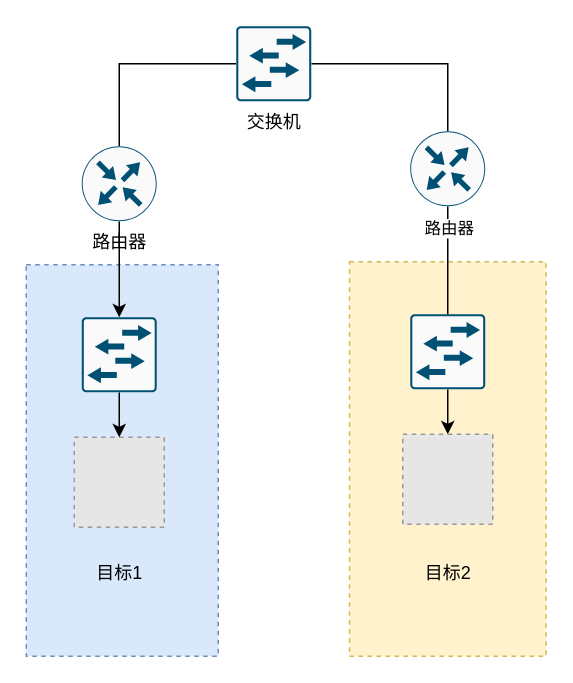
Niujieheng/GitHub_Jul keeps this draw.io diagram as 实验环境.drawio. Above is the earlier version. Source tidied: cells renumbered, new cells numbered last; positions are measured from the earlier drawing's top-left corner, leaving out a move shared by most shapes. Both pictures are drawn from the tidied source at 150%, with x=0, y=0 at pixel (26, 26). Pictures stored in the file or linked from it are replaced by grey dashed boxes.
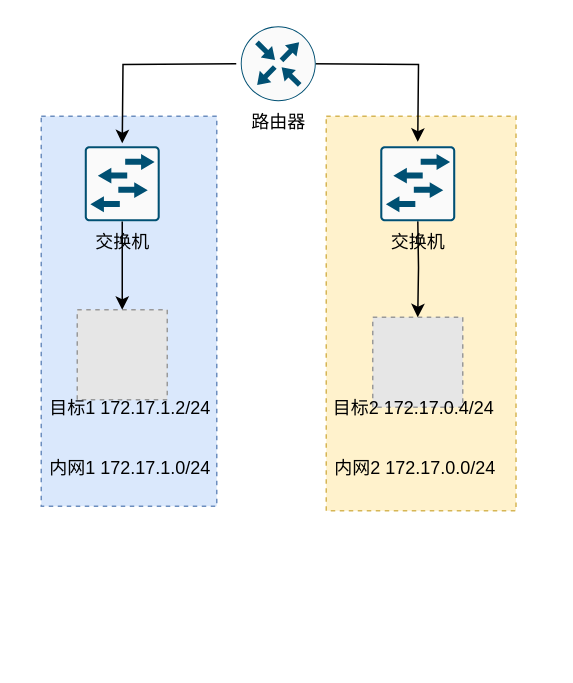
Above is the later version.

Commit message:
更新实验环境.drawio

What changed in the source:
```diff
@@
     <mxCell id="2" style="rounded=0;whiteSpace=wrap;html=1;dashed=1;fillColor=#fff2cc;strokeColor=#d6b656;" parent="1" vertex="1">
-      <mxGeometry x="215.5" y="157" width="131" height="263" as="geometry" />
+      <mxGeometry x="200" y="60" width="126.5" height="263" as="geometry" />
     </mxCell>
     <mxCell id="3" style="rounded=0;whiteSpace=wrap;html=1;dashed=1;fillColor=#dae8fc;strokeColor=#6c8ebf;" parent="1" vertex="1">
-      <mxGeometry y="159" width="128" height="261" as="geometry" />
+      <mxGeometry x="10" y="60" width="117" height="260" as="geometry" />
     </mxCell>
     <mxCell id="4" style="fillColor=#E6E6E6;strokeColor=#999999;dashed=1;html=1;verticalAlign=top;verticalLabelPosition=bottom;labelBackgroundColor=#ffffff;" parent="1" vertex="1">
-      <mxGeometry x="32" y="274" width="60" height="60" as="geometry" />
+      <mxGeometry x="34" y="189" width="60" height="60" as="geometry" />
     </mxCell>
-    <mxCell id="5" style="edgeStyle=orthogonalEdgeStyle;rounded=0;jettySize=auto;html=1;exitX=0.5;exitY=1;exitDx=0;exitDy=0;exitPerimeter=0;" parent="1" edge="1" source="6" target="4">
-      <mxGeometry relative="1" as="geometry" />
-    </mxCell>
-    <mxCell id="6" style="points=[[0.015,0.015,0],[0.985,0.015,0],[0.985,0.985,0],[0.015,0.985,0],[0.25,0,0],[0.5,0,0],[0.75,0,0],[1,0.25,0],[1,0.5,0],[1,0.75,0],[0.75,1,0],[0.5,1,0],[0.25,1,0],[0,0.75,0],[0,0.5,0],[0,0.25,0]];verticalLabelPosition=bottom;html=1;verticalAlign=top;align=center;shape=mxgraph.cisco19.rect;prIcon=l2_switch;fillColor=#FAFAFA;strokeColor=#005073;" parent="1" vertex="1">
-      <mxGeometry x="37" y="194" width="50" height="50" as="geometry" />
-    </mxCell>
-    <mxCell id="7" style="edgeStyle=orthogonalEdgeStyle;rounded=0;jettySize=auto;html=1;exitX=0.5;exitY=1;exitDx=0;exitDy=0;exitPerimeter=0;" parent="1" edge="1" source="8" target="12">
-      <mxGeometry relative="1" as="geometry" />
-    </mxCell>
-    <mxCell id="8" style="points=[[0.015,0.015,0],[0.985,0.015,0],[0.985,0.985,0],[0.015,0.985,0],[0.25,0,0],[0.5,0,0],[0.75,0,0],[1,0.25,0],[1,0.5,0],[1,0.75,0],[0.75,1,0],[0.5,1,0],[0.25,1,0],[0,0.75,0],[0,0.5,0],[0,0.25,0]];verticalLabelPosition=bottom;html=1;verticalAlign=top;align=center;shape=mxgraph.cisco19.rect;prIcon=l2_switch;fillColor=#FAFAFA;strokeColor=#005073;" parent="1" vertex="1">
-      <mxGeometry x="256" y="192" width="50" height="50" as="geometry" />
-    </mxCell>
-    <mxCell id="9" style="edgeStyle=orthogonalEdgeStyle;rounded=0;jettySize=auto;html=1;exitX=0.5;exitY=0;exitDx=0;exitDy=0;exitPerimeter=0;entryX=0;entryY=0.5;entryDx=0;entryDy=0;entryPerimeter=0;elbow=vertical;endArrow=none;endFill=0;" parent="1" edge="1" source="11" target="17">
-      <mxGeometry relative="1" as="geometry" />
-    </mxCell>
-    <mxCell id="10" style="edgeStyle=orthogonalEdgeStyle;rounded=0;jettySize=auto;html=1;exitX=0.5;exitY=1;exitDx=0;exitDy=0;exitPerimeter=0;entryX=0.5;entryY=0;entryDx=0;entryDy=0;entryPerimeter=0;" parent="1" edge="1" source="11" target="6">
-      <mxGeometry relative="1" as="geometry" />
-    </mxCell>
-    <mxCell id="11" value="路由器" style="points=[[0.5,0,0],[1,0.5,0],[0.5,1,0],[0,0.5,0],[0.145,0.145,0],[0.8555,0.145,0],[0.855,0.8555,0],[0.145,0.855,0]];verticalLabelPosition=bottom;html=1;verticalAlign=top;align=center;shape=mxgraph.cisco19.rect;prIcon=router;fillColor=#FAFAFA;strokeColor=#005073;" parent="1" vertex="1">
-      <mxGeometry x="37" y="80" width="50" height="50" as="geometry" />
-    </mxCell>
     <mxCell id="12" style="fillColor=#E6E6E6;strokeColor=#999999;dashed=1;html=1;verticalAlign=top;verticalLabelPosition=bottom;labelBackgroundColor=#ffffff;" parent="1" vertex="1">
-      <mxGeometry x="251" y="272" width="60" height="60" as="geometry" />
+      <mxGeometry x="231" y="194" width="60" height="60" as="geometry" />
     </mxCell>
-    <mxCell id="13" style="edgeStyle=orthogonalEdgeStyle;rounded=0;jettySize=auto;html=1;exitX=0.5;exitY=1;exitDx=0;exitDy=0;exitPerimeter=0;entryX=0.5;entryY=0;entryDx=0;entryDy=0;entryPerimeter=0;endArrow=none;endFill=0;" parent="1" edge="1" source="15" target="8">
-      <mxGeometry relative="1" as="geometry" />
-    </mxCell>
-    <mxCell id="14" value="路由器" style="edgeLabel;html=1;align=center;verticalAlign=middle;" parent="13" vertex="1">
-      <mxGeometry x="-0.67" y="-1" relative="1" as="geometry">
-        <mxPoint x="1" y="2" as="offset" />
-      </mxGeometry>
-    </mxCell>
-    <mxCell id="15" style="points=[[0.5,0,0],[1,0.5,0],[0.5,1,0],[0,0.5,0],[0.145,0.145,0],[0.8555,0.145,0],[0.855,0.8555,0],[0.145,0.855,0]];verticalLabelPosition=bottom;html=1;verticalAlign=top;align=center;shape=mxgraph.cisco19.rect;prIcon=router;fillColor=#FAFAFA;strokeColor=#005073;" parent="1" vertex="1">
-      <mxGeometry x="256" y="70" width="50" height="50" as="geometry" />
-    </mxCell>
-    <mxCell id="16" style="edgeStyle=orthogonalEdgeStyle;rounded=0;jettySize=auto;html=1;exitX=1;exitY=0.5;exitDx=0;exitDy=0;exitPerimeter=0;endArrow=none;endFill=0;" parent="1" edge="1" source="17" target="15">
-      <mxGeometry relative="1" as="geometry" />
-    </mxCell>
-    <mxCell id="17" value="交换机" style="points=[[0.015,0.015,0],[0.985,0.015,0],[0.985,0.985,0],[0.015,0.985,0],[0.25,0,0],[0.5,0,0],[0.75,0,0],[1,0.25,0],[1,0.5,0],[1,0.75,0],[0.75,1,0],[0.5,1,0],[0.25,1,0],[0,0.75,0],[0,0.5,0],[0,0.25,0]];verticalLabelPosition=bottom;html=1;verticalAlign=top;align=center;shape=mxgraph.cisco19.rect;prIcon=l2_switch;fillColor=#FAFAFA;strokeColor=#005073;" parent="1" vertex="1">
-      <mxGeometry x="140" width="50" height="50" as="geometry" />
-    </mxCell>
+    <mxCell id="21" style="edgeStyle=orthogonalEdgeStyle;rounded=0;jettySize=auto;html=1;exitX=0.5;exitY=1;exitDx=0;exitDy=0;exitPerimeter=0;" parent="1" edge="1" target="12">
+      <mxGeometry relative="1" as="geometry">
+        <mxPoint x="261" y="127" as="sourcePoint" />
+      </mxGeometry>
+    </mxCell>
+    <mxCell id="22" style="edgeStyle=orthogonalEdgeStyle;rounded=0;orthogonalLoop=1;jettySize=auto;html=1;exitX=0;exitY=0.5;exitDx=0;exitDy=0;exitPerimeter=0;entryX=0.5;entryY=0;entryDx=0;entryDy=0;entryPerimeter=0;" parent="1" edge="1">
+      <mxGeometry relative="1" as="geometry">
+        <mxPoint x="140" y="25" as="sourcePoint" />
+        <mxPoint x="64" y="78" as="targetPoint" />
+      </mxGeometry>
+    </mxCell>
+    <mxCell id="23" style="edgeStyle=orthogonalEdgeStyle;rounded=0;orthogonalLoop=1;jettySize=auto;html=1;exitX=1;exitY=0.5;exitDx=0;exitDy=0;exitPerimeter=0;entryX=0.5;entryY=0;entryDx=0;entryDy=0;entryPerimeter=0;" parent="1" edge="1">
+      <mxGeometry relative="1" as="geometry">
+        <mxPoint x="190" y="25" as="sourcePoint" />
+        <mxPoint x="261" y="77" as="targetPoint" />
+      </mxGeometry>
+    </mxCell>
-    <mxCell id="18" style="edgeStyle=orthogonalEdgeStyle;rounded=0;orthogonalLoop=1;jettySize=auto;html=1;exitX=0.5;exitY=1;exitDx=0;exitDy=0;exitPerimeter=0;endArrow=none;endFill=0;" parent="1" edge="1" source="17" target="17">
-      <mxGeometry relative="1" as="geometry" />
+    <mxCell id="18" style="edgeStyle=orthogonalEdgeStyle;rounded=0;orthogonalLoop=1;jettySize=auto;html=1;exitX=0.5;exitY=1;exitDx=0;exitDy=0;exitPerimeter=0;endArrow=none;endFill=0;" parent="1" edge="1">
+      <mxGeometry relative="1" as="geometry">
+        <mxPoint x="165" y="50" as="sourcePoint" />
+        <mxPoint x="165" y="50" as="targetPoint" />
+      </mxGeometry>
     </mxCell>
-    <mxCell id="19" value="目标1" style="text;html=1;align=center;verticalAlign=middle;fillColor=none;strokeColor=none;rounded=0;dashed=1;" parent="1" vertex="1">
-      <mxGeometry x="37" y="350" width="50" height="30" as="geometry" />
+    <mxCell id="19" value="目标1&amp;nbsp;172.17.1.2/24" style="text;html=1;align=center;verticalAlign=middle;fillColor=none;strokeColor=none;rounded=0;dashed=1;" parent="1" vertex="1">
+      <mxGeometry x="3.5" y="240" width="130" height="30" as="geometry" />
     </mxCell>
-    <mxCell id="20" value="目标2" style="text;html=1;align=center;verticalAlign=middle;fillColor=none;strokeColor=none;rounded=0;dashed=1;" parent="1" vertex="1">
-      <mxGeometry x="256" y="350" width="50" height="30" as="geometry" />
+    <mxCell id="20" value="目标2&amp;nbsp;172.17.0.4/24" style="text;html=1;align=center;verticalAlign=middle;fillColor=none;strokeColor=none;rounded=0;dashed=1;" parent="1" vertex="1">
+      <mxGeometry x="193" y="240" width="130" height="30" as="geometry" />
     </mxCell>
+    <mxCell id="24" value="内网1&amp;nbsp;172.17.1.0/24" style="text;html=1;align=center;verticalAlign=middle;fillColor=none;strokeColor=none;rounded=0;dashed=1;" parent="1" vertex="1">
+      <mxGeometry x="4" y="280" width="130" height="30" as="geometry" />
+    </mxCell>
+    <mxCell id="25" value="内网2&amp;nbsp;172.17.0.0/24" style="text;html=1;align=center;verticalAlign=middle;fillColor=none;strokeColor=none;rounded=0;dashed=1;" parent="1" vertex="1">
+      <mxGeometry x="194.2" y="280" width="130" height="30" as="geometry" />
+    </mxCell>
+    <mxCell id="11" value="路由器" style="points=[[0.5,0,0],[1,0.5,0],[0.5,1,0],[0,0.5,0],[0.145,0.145,0],[0.8555,0.145,0],[0.855,0.8555,0],[0.145,0.855,0]];verticalLabelPosition=bottom;html=1;verticalAlign=top;align=center;shape=mxgraph.cisco19.rect;prIcon=router;fillColor=#FAFAFA;strokeColor=#005073;" parent="1" vertex="1">
+      <mxGeometry x="143" width="50" height="50" as="geometry" />
+    </mxCell>
+    <mxCell id="26" style="edgeStyle=orthogonalEdgeStyle;rounded=0;jettySize=auto;html=1;exitX=0.5;exitY=1;exitDx=0;exitDy=0;exitPerimeter=0;" parent="1" edge="1" source="27" target="4">
+      <mxGeometry relative="1" as="geometry" />
+    </mxCell>
+    <mxCell id="27" value="交换机" style="points=[[0.015,0.015,0],[0.985,0.015,0],[0.985,0.985,0],[0.015,0.985,0],[0.25,0,0],[0.5,0,0],[0.75,0,0],[1,0.25,0],[1,0.5,0],[1,0.75,0],[0.75,1,0],[0.5,1,0],[0.25,1,0],[0,0.75,0],[0,0.5,0],[0,0.25,0]];verticalLabelPosition=bottom;html=1;verticalAlign=top;align=center;shape=mxgraph.cisco19.rect;prIcon=l2_switch;fillColor=#FAFAFA;strokeColor=#005073;" parent="1" vertex="1">
+      <mxGeometry x="39" y="80" width="50" height="50" as="geometry" />
+    </mxCell>
+    <mxCell id="28" value="交换机" style="verticalLabelPosition=bottom;html=1;verticalAlign=top;align=center;shape=mxgraph.cisco19.rect;prIcon=l2_switch;fillColor=#FAFAFA;strokeColor=#005073;" parent="1" vertex="1">
+      <mxGeometry x="236" y="80" width="50" height="50" as="geometry" />
+    </mxCell>
```
